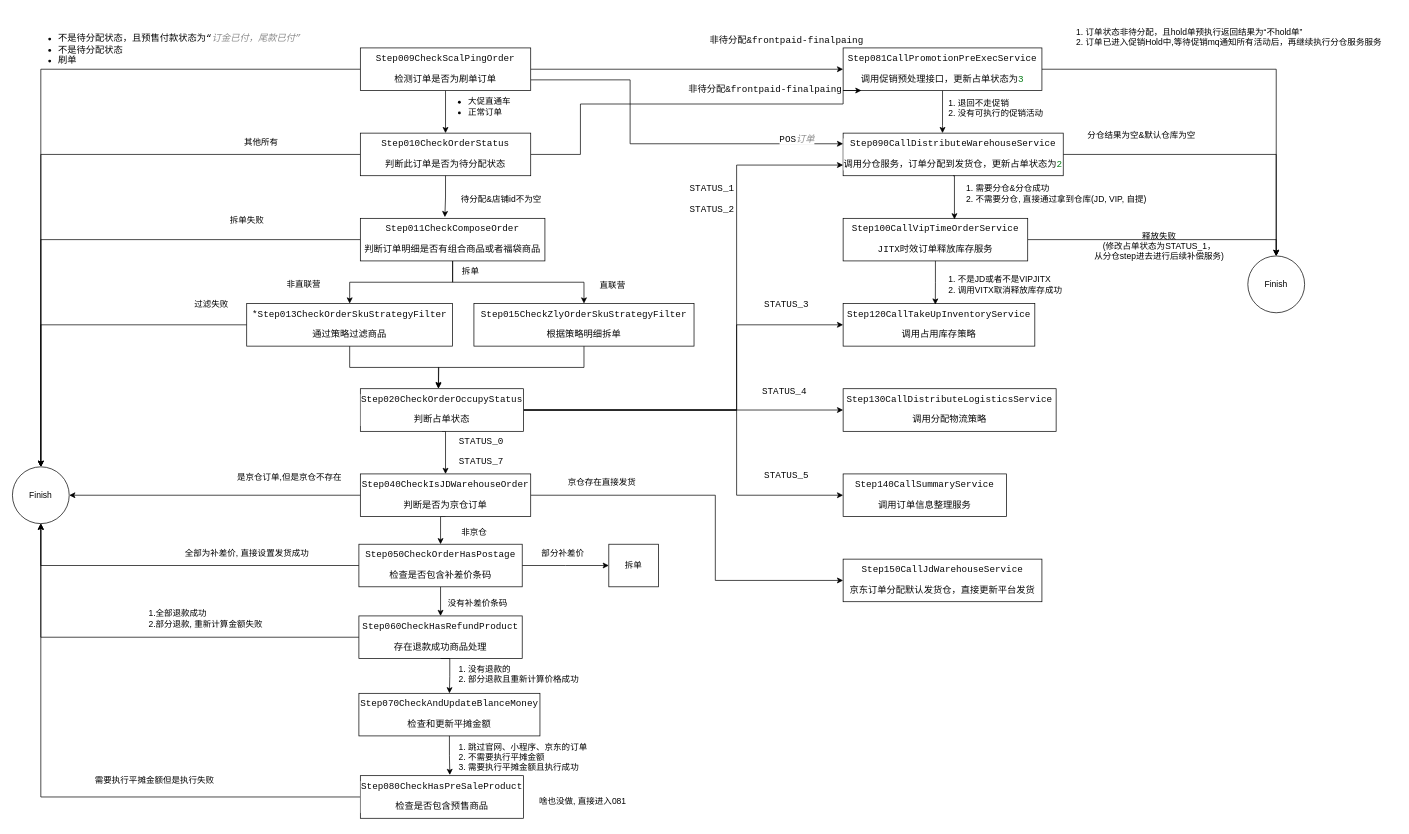
This is VF/VMID/order.drawio from yeahsyoung/diagram, a draw.io file, before an edit. Source tidied: cells renumbered, new cells numbered last; positions are measured from the earlier drawing's top-left corner, leaving out a move shared by most shapes. Both pictures are drawn from the tidied source at 71%, with x=0, y=0 at pixel (12, 12).
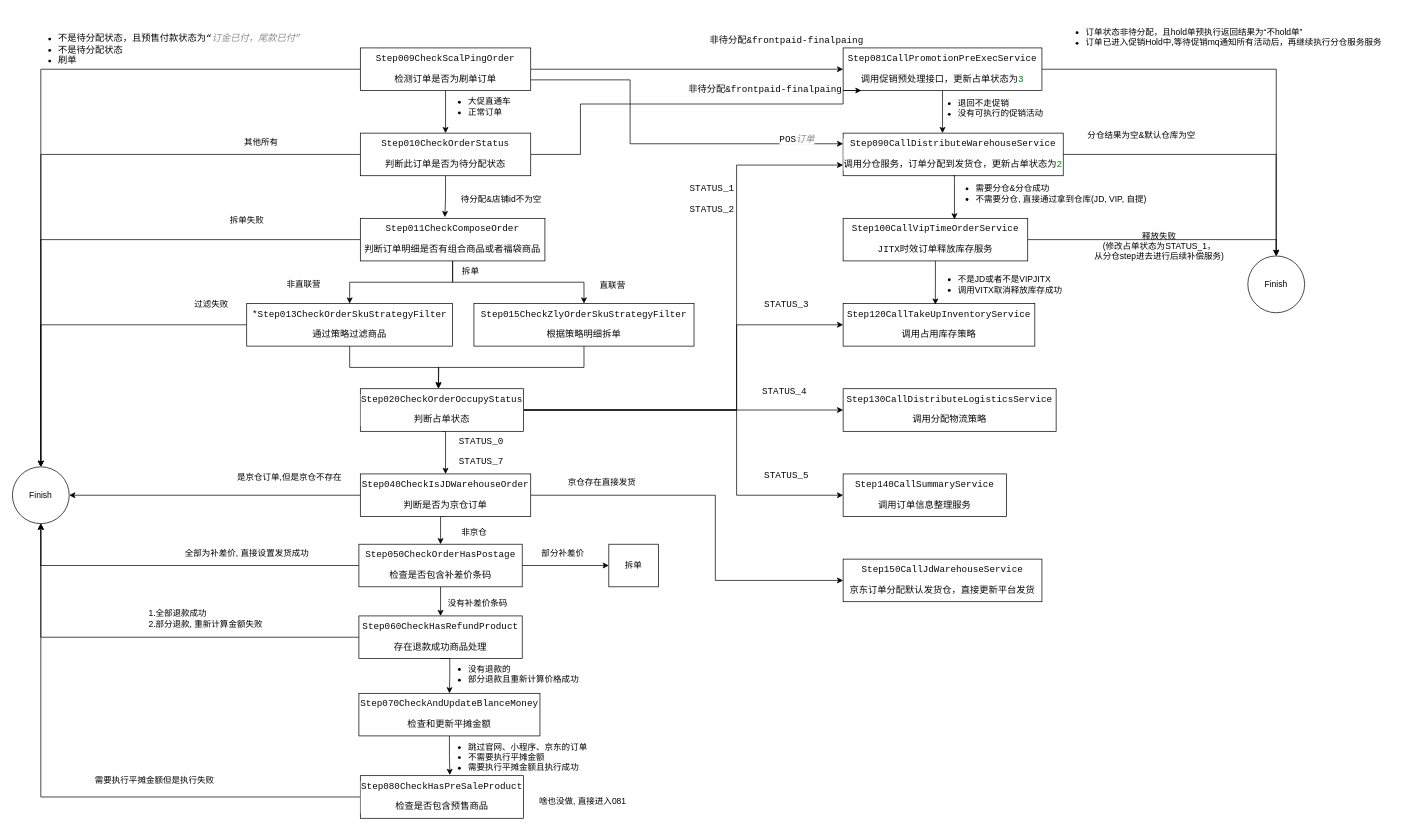
The same diagram, later.

What changed in the source:
```diff
@@
-    <mxCell id="77" value="&lt;ol&gt;&lt;li&gt;没有退款的&lt;/li&gt;&lt;li&gt;部分退款且重新计算价格成功&lt;/li&gt;&lt;/ol&gt;" style="text;html=1;align=left;verticalAlign=middle;strokeColor=none;fillColor=none;" parent="1" vertex="1">
+    <mxCell id="77" value="&lt;ul&gt;&lt;li&gt;没有退款的&lt;/li&gt;&lt;li&gt;部分退款且重新计算价格成功&lt;/li&gt;&lt;/ul&gt;" style="text;html=1;align=left;verticalAlign=middle;strokeColor=none;fillColor=none;" parent="1" vertex="1">
       <mxGeometry x="600" y="897" width="220" height="70" as="geometry" />
     </mxCell>
@@
-    <mxCell id="80" value="&lt;ol&gt;&lt;li&gt;跳过官网、小程序、京东的订单&lt;/li&gt;&lt;li&gt;不需要执行平摊金额&lt;/li&gt;&lt;li&gt;需要执行平摊金额且执行成功&lt;/li&gt;&lt;/ol&gt;" style="text;html=1;align=left;verticalAlign=middle;strokeColor=none;fillColor=none;" parent="1" vertex="1">
+    <mxCell id="80" value="&lt;ul&gt;&lt;li&gt;跳过官网、小程序、京东的订单&lt;/li&gt;&lt;li&gt;不需要执行平摊金额&lt;/li&gt;&lt;li&gt;需要执行平摊金额且执行成功&lt;/li&gt;&lt;/ul&gt;" style="text;html=1;align=left;verticalAlign=middle;strokeColor=none;fillColor=none;" parent="1" vertex="1">
       <mxGeometry x="600" y="1009" width="230" height="80" as="geometry" />
     </mxCell>
@@
-    <mxCell id="82" value="&lt;ol&gt;&lt;li&gt;退回不走促销&lt;/li&gt;&lt;li&gt;没有可执行的促销活动&lt;br&gt;&lt;/li&gt;&lt;/ol&gt;" style="text;html=1;align=left;verticalAlign=middle;strokeColor=none;fillColor=none;" parent="1" vertex="1">
+    <mxCell id="82" value="&lt;ul&gt;&lt;li&gt;退回不走促销&lt;/li&gt;&lt;li&gt;没有可执行的促销活动&lt;br&gt;&lt;/li&gt;&lt;/ul&gt;" style="text;html=1;align=left;verticalAlign=middle;strokeColor=none;fillColor=none;" parent="1" vertex="1">
       <mxGeometry x="1290" y="100" width="180" height="70" as="geometry" />
     </mxCell>
@@
-    <mxCell id="84" value="&lt;ol&gt;&lt;li&gt;订单状态非待分配，且hold单预执行返回结果为“不hold单”&lt;/li&gt;&lt;li&gt;订单已进入促销Hold中,等待促销mq通知所有活动后，再继续执行分仓服务服务&lt;br&gt;&lt;/li&gt;&lt;/ol&gt;" style="text;html=1;align=left;verticalAlign=middle;strokeColor=none;fillColor=none;" parent="1" vertex="1">
+    <mxCell id="84" value="&lt;ul&gt;&lt;li&gt;订单状态非待分配，且hold单预执行返回结果为“不hold单”&lt;/li&gt;&lt;li&gt;订单已进入促销Hold中,等待促销mq通知所有活动后，再继续执行分仓服务服务&lt;br&gt;&lt;/li&gt;&lt;/ul&gt;" style="text;html=1;align=left;verticalAlign=middle;strokeColor=none;fillColor=none;" parent="1" vertex="1">
       <mxGeometry x="1470" width="480" height="70" as="geometry" />
     </mxCell>
@@
-    <mxCell id="87" value="&lt;ol&gt;&lt;li&gt;需要分仓&amp;amp;分仓成功&lt;/li&gt;&lt;li&gt;不需要分仓, 直接通过拿到仓库(JD, VIP, 自提)&lt;/li&gt;&lt;/ol&gt;" style="text;html=1;align=left;verticalAlign=middle;strokeColor=none;fillColor=none;" parent="1" vertex="1">
+    <mxCell id="87" value="&lt;ul&gt;&lt;li&gt;需要分仓&amp;amp;分仓成功&lt;/li&gt;&lt;li&gt;不需要分仓, 直接通过拿到仓库(JD, VIP, 自提)&lt;/li&gt;&lt;/ul&gt;" style="text;html=1;align=left;verticalAlign=middle;strokeColor=none;fillColor=none;" parent="1" vertex="1">
       <mxGeometry x="1315" y="220" width="300" height="70" as="geometry" />
     </mxCell>
@@
-    <mxCell id="89" value="&lt;ol&gt;&lt;li&gt;不是JD或者不是VIPJITX&lt;/li&gt;&lt;li&gt;调用VITX取消释放库存成功&lt;br&gt;&lt;/li&gt;&lt;/ol&gt;" style="text;html=1;align=left;verticalAlign=middle;strokeColor=none;fillColor=none;" parent="1" vertex="1">
+    <mxCell id="89" value="&lt;ul&gt;&lt;li&gt;不是JD或者不是VIPJITX&lt;/li&gt;&lt;li&gt;调用VITX取消释放库存成功&lt;br&gt;&lt;/li&gt;&lt;/ul&gt;" style="text;html=1;align=left;verticalAlign=middle;strokeColor=none;fillColor=none;" parent="1" vertex="1">
       <mxGeometry x="1290" y="348" width="210" height="70" as="geometry" />
     </mxCell>
```
